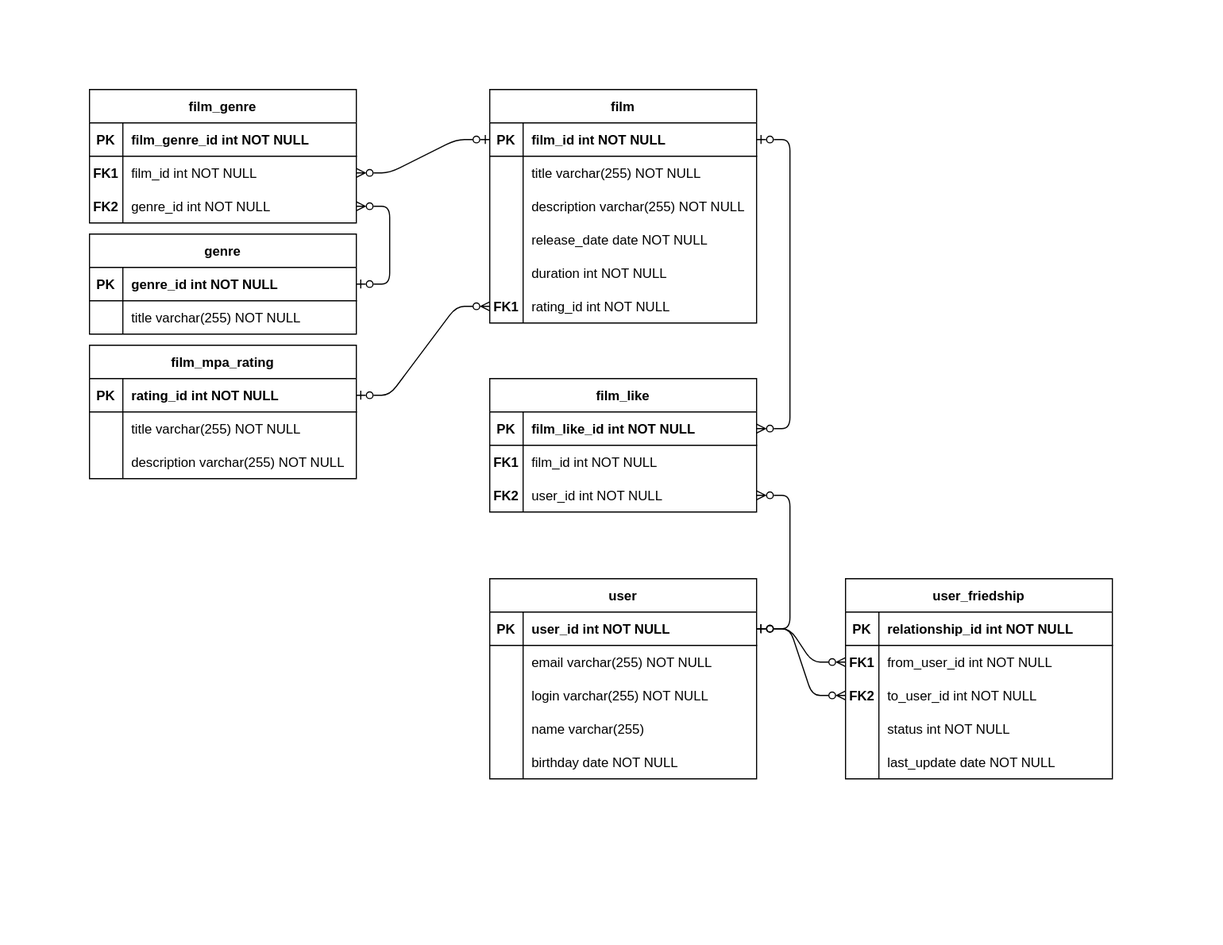
Before: docs/entity-relational-diagram.svg, a diagram exported from draw.io (RescueRangerA/java-filmorate). Source tidied: cells renumbered, new cells last; positions are measured from the earlier drawing's top-left corner, leaving out a move shared by most shapes.
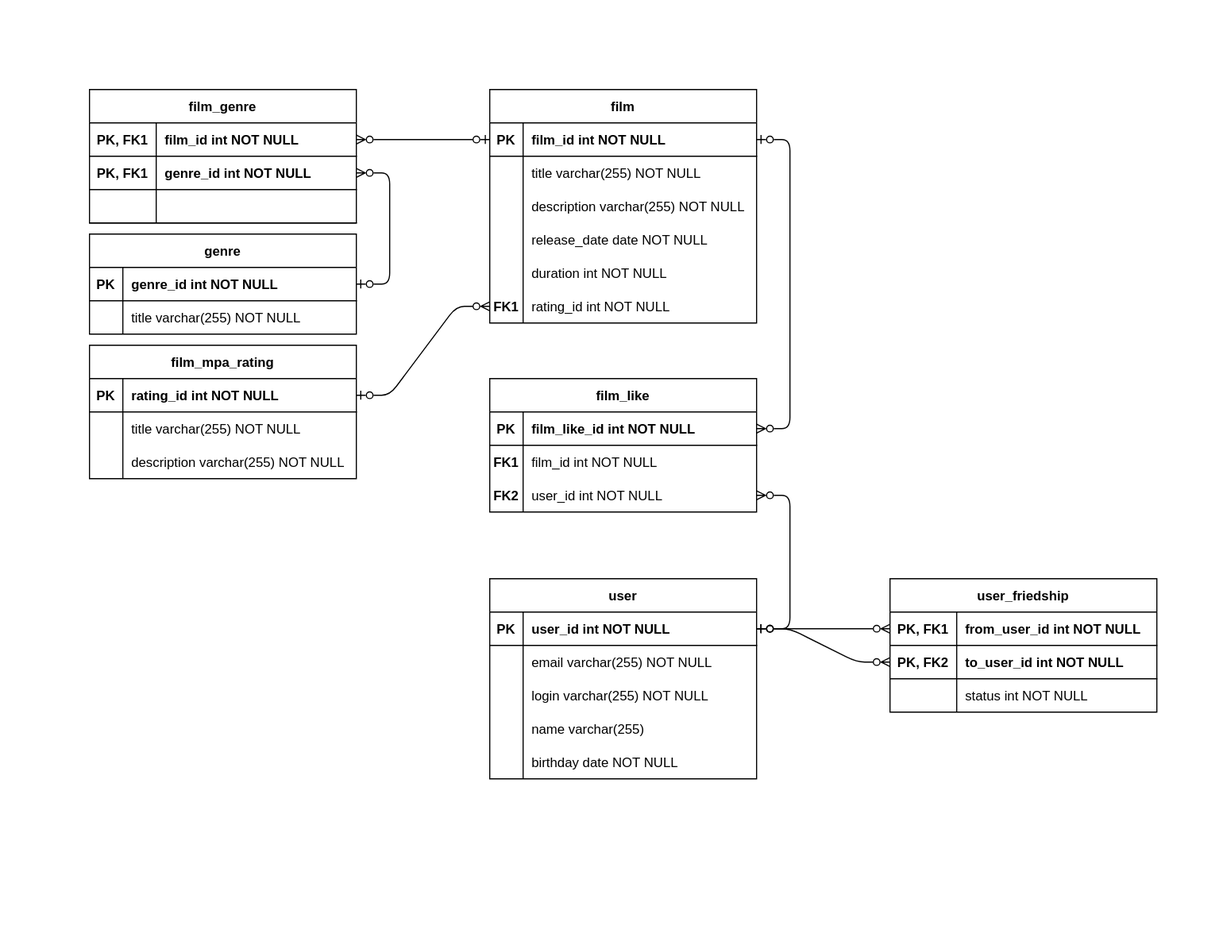
After the commit.

Commit message:
docs: remove some columns that commented as redundant

The edit, as a diff of the source:
```diff
@@ -164,34 +164,34 @@
     <mxCell id="55" style="shape=partialRectangle;fillColor=none;points=[[0,0.5],[1,0.5]];portConstraint=eastwest;top=0;left=0;right=0;bottom=1;" parent="54" vertex="1">
       <mxGeometry y="30" width="240" height="30" as="geometry" />
     </mxCell>
-    <mxCell id="56" value="PK" style="shape=partialRectangle;overflow=hidden;fillColor=none;top=0;left=0;bottom=0;right=0;fontStyle=1;" parent="55" vertex="1">
-      <mxGeometry width="30" height="30" as="geometry" />
+    <mxCell id="56" value="PK, FK1" style="shape=partialRectangle;overflow=hidden;fillColor=none;top=0;left=0;bottom=0;right=0;fontStyle=1;" parent="55" vertex="1">
+      <mxGeometry width="60" height="30" as="geometry" />
     </mxCell>
-    <mxCell id="57" value="film_genre_id int NOT NULL " style="shape=partialRectangle;overflow=hidden;fillColor=none;top=0;left=0;bottom=0;right=0;align=left;spacingLeft=6;fontStyle=1;" parent="55" vertex="1">
-      <mxGeometry x="30" width="210" height="30" as="geometry" />
+    <mxCell id="57" value="film_id int NOT NULL" style="shape=partialRectangle;overflow=hidden;fillColor=none;top=0;left=0;bottom=0;right=0;align=left;spacingLeft=6;fontStyle=1;" parent="55" vertex="1">
+      <mxGeometry x="60" width="180" height="30" as="geometry" />
     </mxCell>
-    <mxCell id="58" style="shape=partialRectangle;fillColor=none;points=[[0,0.5],[1,0.5]];portConstraint=eastwest;top=0;left=0;right=0;bottom=0;" parent="54" vertex="1">
-      <mxGeometry y="60" width="240" height="30" as="geometry" />
-    </mxCell>
-    <mxCell id="59" value="FK1" style="shape=partialRectangle;overflow=hidden;fillColor=none;top=0;left=0;bottom=0;right=0;fontStyle=1;" parent="58" vertex="1">
-      <mxGeometry width="30" height="30" as="geometry" />
-    </mxCell>
-    <mxCell id="60" value="film_id int NOT NULL" style="shape=partialRectangle;overflow=hidden;fillColor=none;top=0;left=0;bottom=0;right=0;align=left;spacingLeft=6;" parent="58" vertex="1">
-      <mxGeometry x="30" width="210" height="30" as="geometry" />
-    </mxCell>
-    <mxCell id="61" style="shape=partialRectangle;fillColor=none;points=[[0,0.5],[1,0.5]];portConstraint=eastwest;top=0;left=0;right=0;bottom=0;" parent="54" vertex="1">
-      <mxGeometry y="90" width="240" height="30" as="geometry" />
-    </mxCell>
-    <mxCell id="62" value="FK2" style="shape=partialRectangle;overflow=hidden;fillColor=none;top=0;left=0;bottom=0;right=0;fontStyle=1;" parent="61" vertex="1">
-      <mxGeometry width="30" height="30" as="geometry" />
-    </mxCell>
+    <mxCell id="97" style="shape=partialRectangle;fillColor=none;points=[[0,0.5],[1,0.5]];portConstraint=eastwest;top=0;left=0;right=0;bottom=1;" parent="54" vertex="1">
+      <mxGeometry y="60" width="240" height="30" as="geometry" />
+    </mxCell>
+    <mxCell id="98" value="PK, FK1" style="shape=partialRectangle;overflow=hidden;fillColor=none;top=0;left=0;bottom=0;right=0;fontStyle=1;" parent="97" vertex="1">
+      <mxGeometry width="60" height="30" as="geometry" />
+    </mxCell>
-    <mxCell id="63" value="genre_id int NOT NULL" style="shape=partialRectangle;overflow=hidden;fillColor=none;top=0;left=0;bottom=0;right=0;align=left;spacingLeft=6;" parent="61" vertex="1">
-      <mxGeometry x="30" width="210" height="30" as="geometry" />
+    <mxCell id="63" value="genre_id int NOT NULL" style="shape=partialRectangle;overflow=hidden;fillColor=none;top=0;left=0;bottom=0;right=0;align=left;spacingLeft=6;fontStyle=1;" parent="97" vertex="1">
+      <mxGeometry x="60" width="180" height="30" as="geometry" />
     </mxCell>
+    <mxCell id="99" style="shape=partialRectangle;fillColor=none;top=0;left=0;right=0;bottom=1;" parent="54" vertex="1">
+      <mxGeometry y="90" width="240" height="30" as="geometry" />
+    </mxCell>
+    <mxCell id="100" style="shape=partialRectangle;overflow=hidden;fillColor=none;top=0;left=0;bottom=0;right=0;fontStyle=0;" parent="99" vertex="1">
+      <mxGeometry width="60" height="30" as="geometry" />
+    </mxCell>
+    <mxCell id="101" style="shape=partialRectangle;overflow=hidden;fillColor=none;top=0;left=0;bottom=0;right=0;align=left;spacingLeft=6;fontStyle=0;" parent="99" vertex="1">
+      <mxGeometry x="60" width="180" height="30" as="geometry" />
+    </mxCell>
-    <mxCell id="64" style="edgeStyle=entityRelationEdgeStyle;rounded=1;jettySize=auto;html=1;startArrow=ERzeroToOne;startFill=0;endArrow=ERzeroToMany;endFill=0;elbow=vertical;shadow=0;" parent="1" edge="1" source="48" target="61">
+    <mxCell id="64" style="edgeStyle=entityRelationEdgeStyle;rounded=1;jettySize=auto;html=1;startArrow=ERzeroToOne;startFill=0;endArrow=ERzeroToMany;endFill=0;elbow=vertical;shadow=0;entryX=1;entryY=0.5;entryDx=0;entryDy=0;" parent="1" edge="1" source="48" target="97">
       <mxGeometry relative="1" as="geometry" />
     </mxCell>
-    <mxCell id="65" style="edgeStyle=entityRelationEdgeStyle;rounded=1;jettySize=auto;html=1;startArrow=ERzeroToOne;startFill=0;endArrow=ERzeroToMany;endFill=0;elbow=vertical;" parent="1" edge="1" source="3" target="58">
+    <mxCell id="65" style="edgeStyle=entityRelationEdgeStyle;rounded=1;jettySize=auto;html=1;startArrow=ERzeroToOne;startFill=0;endArrow=ERzeroToMany;endFill=0;elbow=vertical;" parent="1" edge="1" source="3" target="55">
       <mxGeometry relative="1" as="geometry" />
     </mxCell>
     <mxCell id="66" value="film_mpa_rating" style="shape=table;startSize=30;rowLines=0;fontStyle=1;align=center;" parent="1" vertex="1">
@@ -228,57 +228,39 @@
       <mxGeometry relative="1" as="geometry" />
     </mxCell>
     <mxCell id="77" value="user_friedship" style="shape=table;startSize=30;rowLines=0;fontStyle=1;align=center;" parent="1" vertex="1">
-      <mxGeometry x="680" y="440" width="240" height="180" as="geometry" />
+      <mxGeometry x="720" y="440" width="240" height="120" as="geometry" />
     </mxCell>
     <mxCell id="78" style="shape=partialRectangle;fillColor=none;points=[[0,0.5],[1,0.5]];portConstraint=eastwest;top=0;left=0;right=0;bottom=1;" parent="77" vertex="1">
       <mxGeometry y="30" width="240" height="30" as="geometry" />
     </mxCell>
-    <mxCell id="79" value="PK" style="shape=partialRectangle;overflow=hidden;fillColor=none;top=0;left=0;bottom=0;right=0;fontStyle=1;" parent="78" vertex="1">
-      <mxGeometry width="30" height="30" as="geometry" />
+    <mxCell id="79" value="PK, FK1" style="shape=partialRectangle;overflow=hidden;fillColor=none;top=0;left=0;bottom=0;right=0;fontStyle=1;" parent="78" vertex="1">
+      <mxGeometry width="60" height="30" as="geometry" />
     </mxCell>
-    <mxCell id="80" value="relationship_id int NOT NULL " style="shape=partialRectangle;overflow=hidden;fillColor=none;top=0;left=0;bottom=0;right=0;align=left;spacingLeft=6;fontStyle=1;" parent="78" vertex="1">
-      <mxGeometry x="30" width="210" height="30" as="geometry" />
+    <mxCell id="80" value="from_user_id int NOT NULL" style="shape=partialRectangle;overflow=hidden;fillColor=none;top=0;left=0;bottom=0;right=0;align=left;spacingLeft=6;fontStyle=1;" parent="78" vertex="1">
+      <mxGeometry x="60" width="180" height="30" as="geometry" />
     </mxCell>
-    <mxCell id="81" style="shape=partialRectangle;fillColor=none;points=[[0,0.5],[1,0.5]];portConstraint=eastwest;top=0;left=0;right=0;bottom=0;" parent="77" vertex="1">
-      <mxGeometry y="60" width="240" height="30" as="geometry" />
-    </mxCell>
-    <mxCell id="82" value="FK1" style="shape=partialRectangle;overflow=hidden;fillColor=none;top=0;left=0;bottom=0;right=0;fontStyle=1;" parent="81" vertex="1">
-      <mxGeometry width="30" height="30" as="geometry" />
-    </mxCell>
-    <mxCell id="83" value="from_user_id int NOT NULL" style="shape=partialRectangle;overflow=hidden;fillColor=none;top=0;left=0;bottom=0;right=0;align=left;spacingLeft=6;" parent="81" vertex="1">
-      <mxGeometry x="30" width="210" height="30" as="geometry" />
-    </mxCell>
-    <mxCell id="84" style="shape=partialRectangle;fillColor=none;points=[[0,0.5],[1,0.5]];portConstraint=eastwest;top=0;left=0;right=0;bottom=0;" parent="77" vertex="1">
-      <mxGeometry y="90" width="240" height="30" as="geometry" />
-    </mxCell>
-    <mxCell id="85" value="FK2" style="shape=partialRectangle;overflow=hidden;fillColor=none;top=0;left=0;bottom=0;right=0;fontStyle=1;" parent="84" vertex="1">
-      <mxGeometry width="30" height="30" as="geometry" />
-    </mxCell>
+    <mxCell id="102" style="shape=partialRectangle;fillColor=none;points=[[0,0.5],[1,0.5]];portConstraint=eastwest;top=0;left=0;right=0;bottom=1;" parent="77" vertex="1">
+      <mxGeometry y="60" width="240" height="30" as="geometry" />
+    </mxCell>
+    <mxCell id="103" value="PK, FK2" style="shape=partialRectangle;overflow=hidden;fillColor=none;top=0;left=0;bottom=0;right=0;fontStyle=1;" parent="102" vertex="1">
+      <mxGeometry width="60" height="30" as="geometry" />
+    </mxCell>
-    <mxCell id="86" value="to_user_id int NOT NULL" style="shape=partialRectangle;overflow=hidden;fillColor=none;top=0;left=0;bottom=0;right=0;align=left;spacingLeft=6;" parent="84" vertex="1">
-      <mxGeometry x="30" width="210" height="30" as="geometry" />
+    <mxCell id="86" value="to_user_id int NOT NULL" style="shape=partialRectangle;overflow=hidden;fillColor=none;top=0;left=0;bottom=0;right=0;align=left;spacingLeft=6;fontStyle=1;" parent="102" vertex="1">
+      <mxGeometry x="60" width="180" height="30" as="geometry" />
     </mxCell>
     <mxCell id="87" style="shape=partialRectangle;fillColor=none;top=0;left=0;right=0;bottom=0;" parent="77" vertex="1">
-      <mxGeometry y="120" width="240" height="30" as="geometry" />
+      <mxGeometry y="90" width="240" height="30" as="geometry" />
     </mxCell>
     <mxCell id="88" style="shape=partialRectangle;overflow=hidden;fillColor=none;top=0;left=0;bottom=0;right=0;" parent="87" vertex="1">
-      <mxGeometry width="30" height="30" as="geometry" />
+      <mxGeometry width="60" height="30" as="geometry" />
     </mxCell>
     <mxCell id="89" value="status int NOT NULL" style="shape=partialRectangle;overflow=hidden;fillColor=none;top=0;left=0;bottom=0;right=0;align=left;spacingLeft=6;" parent="87" vertex="1">
-      <mxGeometry x="30" width="210" height="30" as="geometry" />
+      <mxGeometry x="60" width="180" height="30" as="geometry" />
     </mxCell>
-    <mxCell id="90" style="shape=partialRectangle;fillColor=none;top=0;left=0;right=0;bottom=0;" parent="77" vertex="1">
-      <mxGeometry y="150" width="240" height="30" as="geometry" />
-    </mxCell>
-    <mxCell id="91" style="shape=partialRectangle;overflow=hidden;fillColor=none;top=0;left=0;bottom=0;right=0;" parent="90" vertex="1">
-      <mxGeometry width="30" height="30" as="geometry" />
-    </mxCell>
-    <mxCell id="92" value="last_update date NOT NULL" style="shape=partialRectangle;overflow=hidden;fillColor=none;top=0;left=0;bottom=0;right=0;align=left;spacingLeft=6;" parent="90" vertex="1">
-      <mxGeometry x="30" width="210" height="30" as="geometry" />
-    </mxCell>
-    <mxCell id="93" style="edgeStyle=entityRelationEdgeStyle;rounded=1;jettySize=auto;html=1;startArrow=ERzeroToOne;startFill=0;endArrow=ERzeroToMany;endFill=0;elbow=vertical;" parent="1" edge="1" source="22" target="81">
+    <mxCell id="93" style="edgeStyle=entityRelationEdgeStyle;rounded=1;jettySize=auto;html=1;startArrow=ERzeroToOne;startFill=0;endArrow=ERzeroToMany;endFill=0;elbow=vertical;entryX=0;entryY=0.5;entryDx=0;entryDy=0;" parent="1" edge="1" source="22" target="102">
       <mxGeometry relative="1" as="geometry" />
     </mxCell>
-    <mxCell id="94" style="edgeStyle=entityRelationEdgeStyle;rounded=1;jettySize=auto;html=1;startArrow=ERzeroToOne;startFill=0;endArrow=ERzeroToMany;endFill=0;elbow=vertical;" parent="1" edge="1" source="22" target="84">
+    <mxCell id="94" style="edgeStyle=entityRelationEdgeStyle;rounded=1;jettySize=auto;html=1;startArrow=ERzeroToOne;startFill=0;endArrow=ERzeroToMany;endFill=0;elbow=vertical;entryX=0;entryY=0.5;entryDx=0;entryDy=0;" parent="1" edge="1" source="22" target="78">
       <mxGeometry relative="1" as="geometry" />
     </mxCell>
     <mxCell id="95" style="edgeStyle=entityRelationEdgeStyle;rounded=1;jettySize=auto;html=1;startArrow=ERzeroToOne;startFill=0;endArrow=ERzeroToMany;endFill=0;elbow=vertical;" parent="1" edge="1" source="22" target="44">
```
